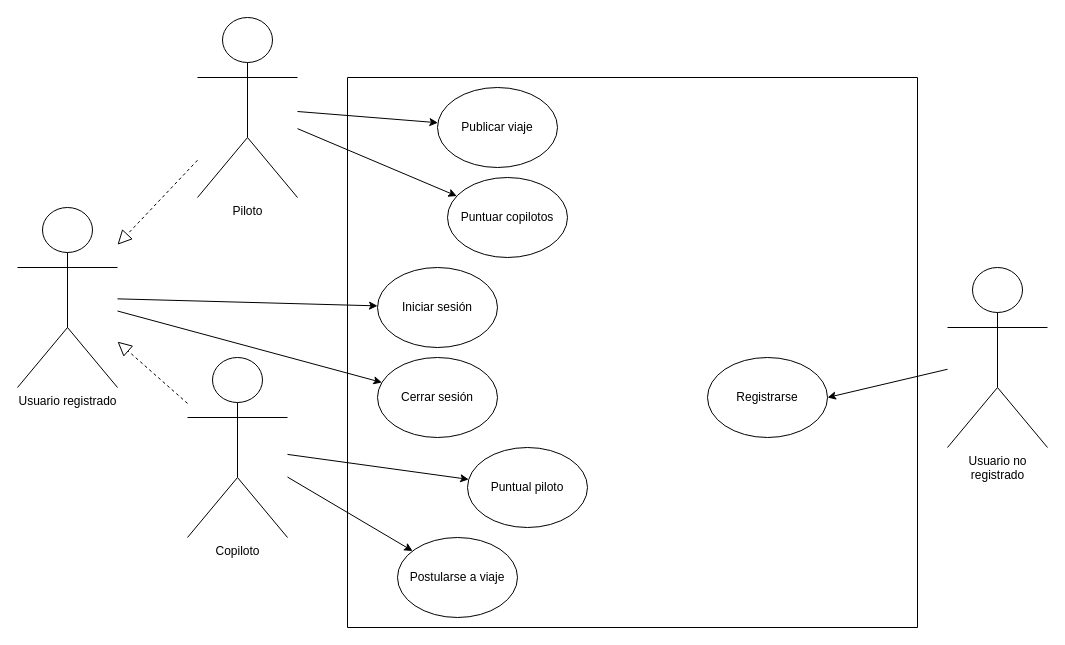
Above: Practicas/Práctica 3/Diagramas/tp3_9.drawio in ssofiaavila/Ingenieria-de-software-1-Informatica--UNLP (draw.io), before the change. Source tidied: cells renumbered, new cells numbered last; positions are measured from the earlier drawing's top-left corner, leaving out a move shared by most shapes. Both pictures are drawn from the tidied source at 100%, with x=0, y=0 at pixel (17, 17).
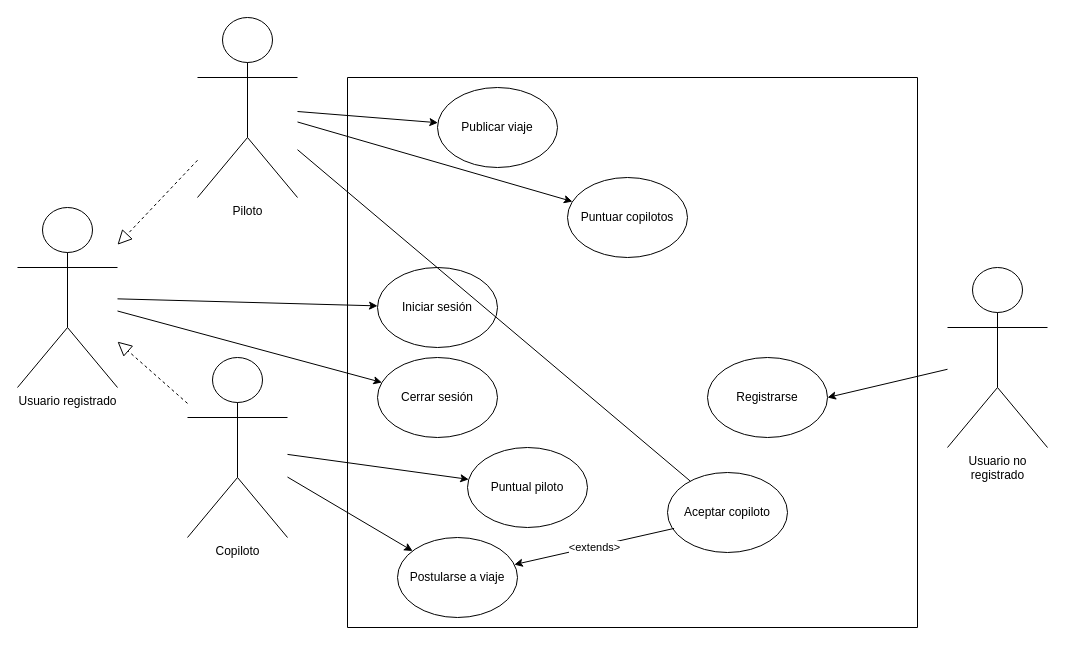
Above is the later version.

Unchanged cells that the change refers to:
```xml
<mxCell id="2" style="swimlane;startSize=0;" parent="1" vertex="1">
  <mxGeometry x="330" y="60" width="570" height="550" as="geometry" />
</mxCell>
<mxCell id="7" value="Postularse a viaje" style="ellipse;whiteSpace=wrap;html=1;" parent="2" vertex="1">
  <mxGeometry x="50" y="460" width="120" height="80" as="geometry" />
</mxCell>
<mxCell id="11" value="Piloto" style="shape=umlActor;verticalLabelPosition=bottom;verticalAlign=top;html=1;outlineConnect=0;" parent="1" vertex="1">
  <mxGeometry x="180" width="100" height="180" as="geometry" />
</mxCell>
```

What changed in the source:
```diff
@@
     <mxCell id="4" value="Puntuar copilotos" style="ellipse;whiteSpace=wrap;html=1;" parent="2" vertex="1">
-      <mxGeometry x="100" y="100" width="120" height="80" as="geometry" />
+      <mxGeometry x="220" y="100" width="120" height="80" as="geometry" />
     </mxCell>
@@
+    <mxCell id="23" value="Aceptar copiloto" style="ellipse;whiteSpace=wrap;html=1;" parent="2" vertex="1">
+      <mxGeometry x="320" y="395" width="120" height="80" as="geometry" />
+    </mxCell>
+    <mxCell id="24" style="endArrow=classic;html=1;rounded=0;exitX=0.055;exitY=0.699;exitDx=0;exitDy=0;exitPerimeter=0;" parent="2" edge="1" source="23" target="7">
+      <mxGeometry relative="1" as="geometry" />
+    </mxCell>
+    <mxCell id="25" value="&amp;lt;extends&amp;gt;" style="edgeLabel;html=1;align=center;verticalAlign=middle;" parent="24" vertex="1">
+      <mxGeometry relative="1" as="geometry" />
+    </mxCell>
@@
+    <mxCell id="26" style="endArrow=none;html=1;rounded=0;" parent="1" edge="1" source="11" target="23">
+      <mxGeometry relative="1" as="geometry" />
+    </mxCell>
```
